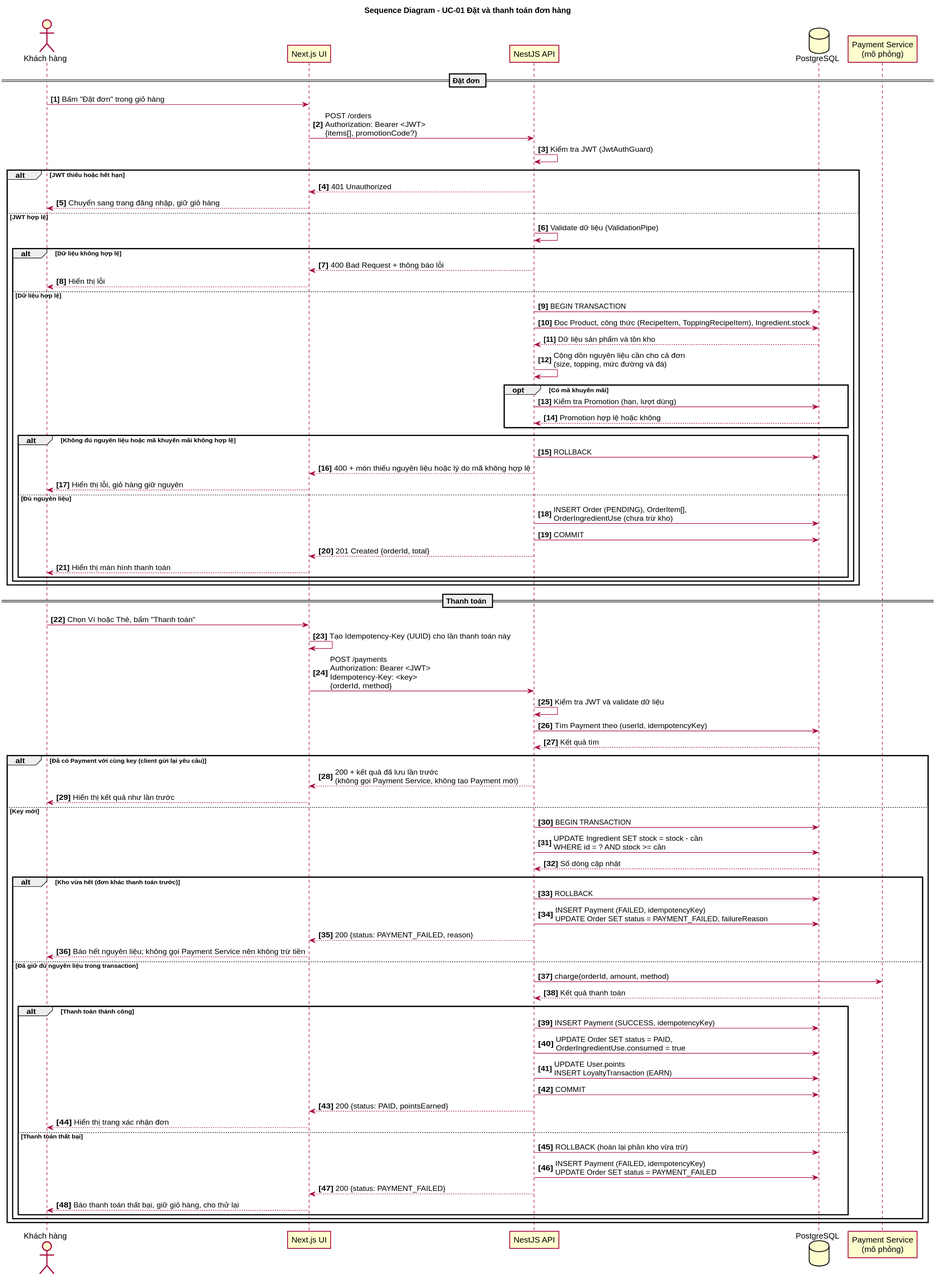
The PlantUML diagram docs/diagrams/sequence-checkout.svg in tthan-prog/BrewLite-AS2, before a commit.
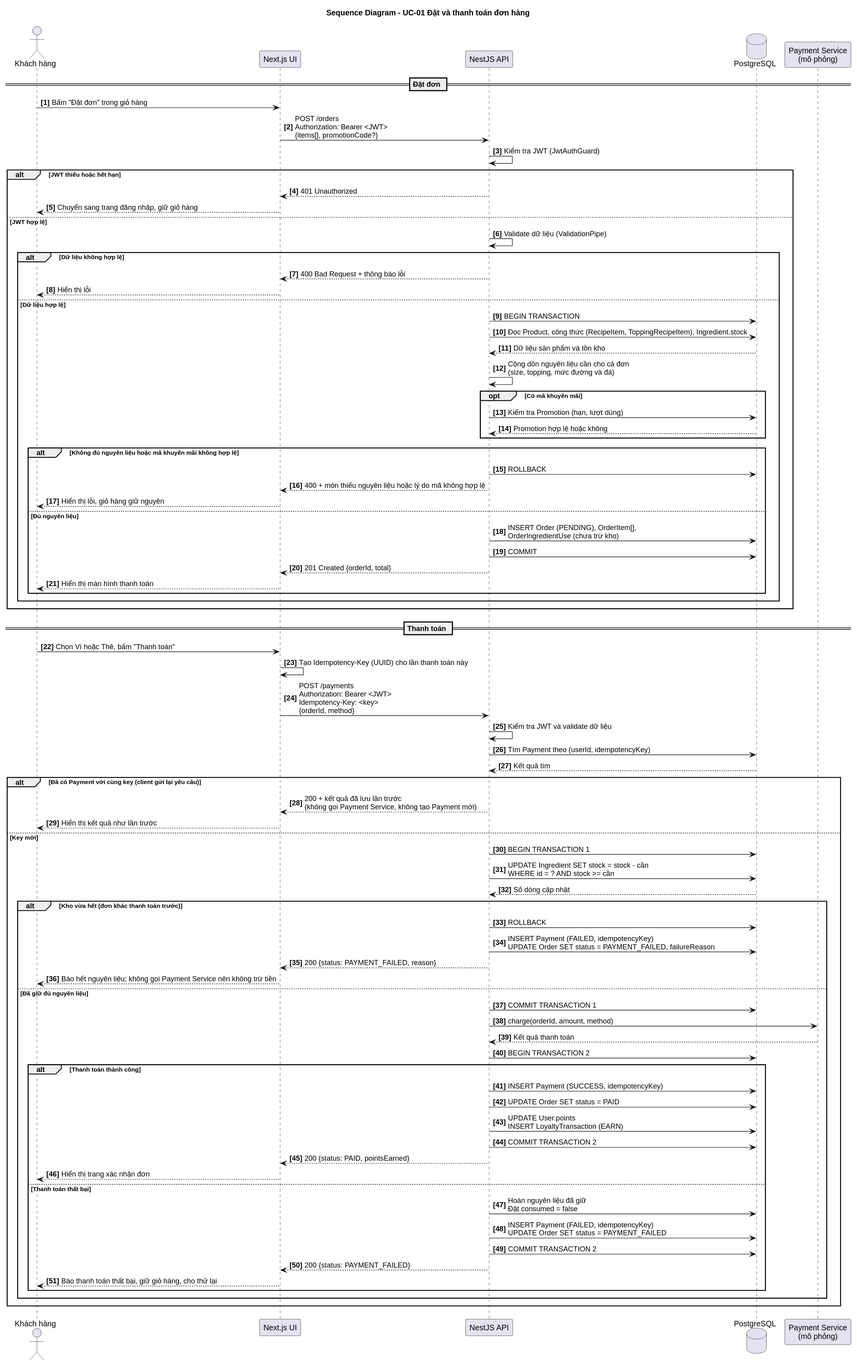
Above is the later version.

The edit, as a diff of the source:
```diff
@@ -58,7 +58,7 @@
   API --> UI : 200 + kết quả đã lưu lần trước\n(không gọi Payment Service, không tạo Payment mới)
   UI --> C : Hiển thị kết quả như lần trước
 else Key mới
-  API -> DB : BEGIN TRANSACTION
+  API -> DB : BEGIN TRANSACTION 1
   API -> DB : UPDATE Ingredient SET stock = stock - cần\nWHERE id = ? AND stock >= cần
   DB --> API : Số dòng cập nhật
   alt Kho vừa hết (đơn khác thanh toán trước)
@@ -66,23 +66,25 @@
     API -> DB : INSERT Payment (FAILED, idempotencyKey)\nUPDATE Order SET status = PAYMENT_FAILED, failureReason
     API --> UI : 200 {status: PAYMENT_FAILED, reason}
     UI --> C : Báo hết nguyên liệu; không gọi Payment Service nên không trừ tiền
-  else Đã giữ đủ nguyên liệu trong transaction
+  else Đã giữ đủ nguyên liệu
+    API -> DB : COMMIT TRANSACTION 1
     API -> PS : charge(orderId, amount, method)
     PS --> API : Kết quả thanh toán
+    API -> DB : BEGIN TRANSACTION 2
     alt Thanh toán thành công
       API -> DB : INSERT Payment (SUCCESS, idempotencyKey)
-      API -> DB : UPDATE Order SET status = PAID,\nOrderIngredientUse.consumed = true
+      API -> DB : UPDATE Order SET status = PAID
       API -> DB : UPDATE User.points\nINSERT LoyaltyTransaction (EARN)
-      API -> DB : COMMIT
+      API -> DB : COMMIT TRANSACTION 2
       API --> UI : 200 {status: PAID, pointsEarned}
       UI --> C : Hiển thị trang xác nhận đơn
     else Thanh toán thất bại
-      API -> DB : ROLLBACK (hoàn lại phần kho vừa trừ)
+      API -> DB : Hoàn nguyên liệu đã giữ\nĐặt consumed = false
       API -> DB : INSERT Payment (FAILED, idempotencyKey)\nUPDATE Order SET status = PAYMENT_FAILED
+      API -> DB : COMMIT TRANSACTION 2
       API --> UI : 200 {status: PAYMENT_FAILED}
       UI --> C : Báo thanh toán thất bại, giữ giỏ hàng, cho thử lại
     end
   end
 end
-
 @enduml
```
